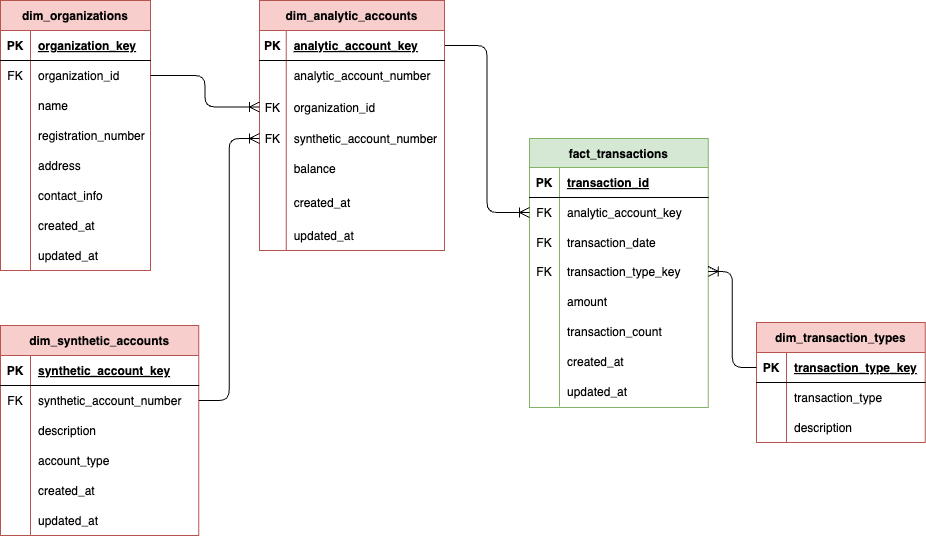
AIZharau/t1-dwh-dev-openschool keeps this draw.io diagram as Practice_5_GP_database_query/image/ER-model-star-t1-project.drawio.png. Above is the earlier version. Source tidied: cells renumbered, new cells last; positions are measured from the earlier drawing's top-left corner, leaving out a move shared by most shapes.
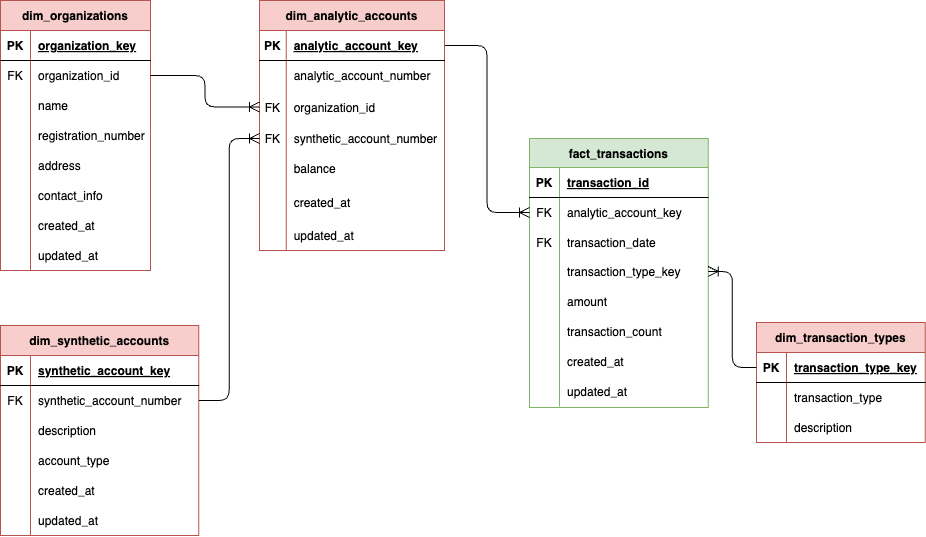
After the commit.

What changed in the source:
```diff
@@ -35,7 +35,7 @@
     <mxCell id="12" style="shape=partialRectangle;fillColor=none;points=[[0,0.5],[1,0.5]];portConstraint=eastwest;top=0;left=0;right=0;bottom=0;" parent="2" vertex="1">
       <mxGeometry y="118" width="178.7" height="30" as="geometry" />
     </mxCell>
-    <mxCell id="13" value="FK" style="shape=partialRectangle;overflow=hidden;fillColor=none;top=0;left=0;bottom=0;right=0;" parent="12" vertex="1">
+    <mxCell id="13" style="shape=partialRectangle;overflow=hidden;fillColor=none;top=0;left=0;bottom=0;right=0;" parent="12" vertex="1">
       <mxGeometry width="30" height="30" as="geometry" />
     </mxCell>
     <mxCell id="14" value="transaction_type_key" style="shape=partialRectangle;overflow=hidden;fillColor=none;top=0;left=0;bottom=0;right=0;align=left;spacingLeft=6;" parent="12" vertex="1">
```
